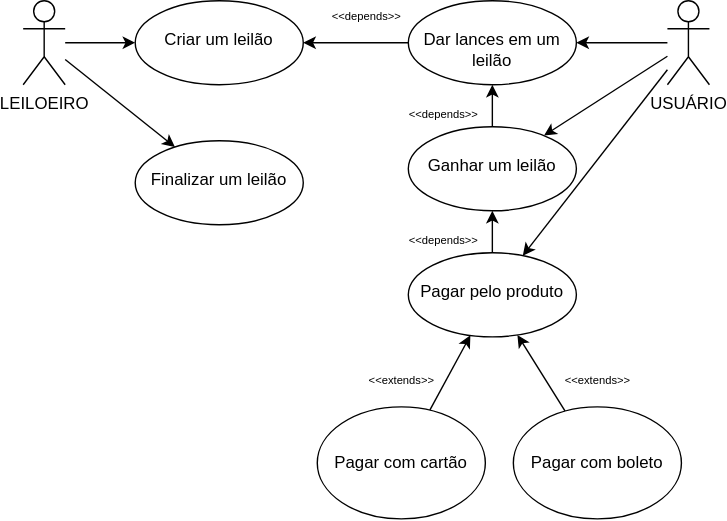
The draw.io diagram ex diag caso de uso 1.svg in ericthmoritsuka/umlExercises, before a commit. Source tidied: cells renumbered, new cells last; positions are measured from the earlier drawing's top-left corner, leaving out a move shared by most shapes.
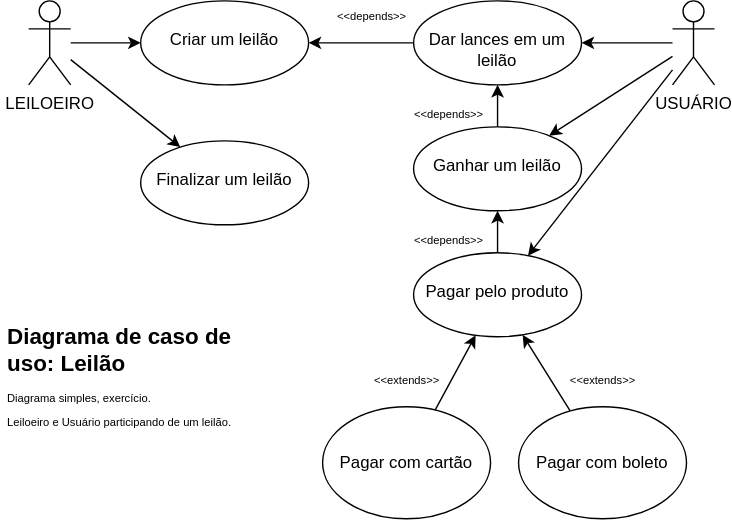
After the commit.

Diff of the diagram source:
```diff
@@ -74,5 +74,8 @@
     <mxCell id="25" value="&lt;font style=&quot;font-size: 8px&quot;&gt;&amp;lt;&amp;lt;depends&amp;gt;&amp;gt;&lt;/font&gt;" style="text;html=1;align=center;verticalAlign=middle;strokeColor=none;fillColor=none;" parent="1" vertex="1">
       <mxGeometry x="215" width="60" height="20" as="geometry" />
     </mxCell>
+    <mxCell id="26" value="&lt;h1&gt;Diagrama de caso de uso: Leilão&lt;/h1&gt;&lt;p&gt;Diagrama simples, exercício.&lt;/p&gt;&lt;p&gt;Leiloeiro e Usuário participando de um leilão.&lt;/p&gt;" style="text;html=1;strokeColor=none;fillColor=none;spacing=5;spacingTop=-20;whiteSpace=wrap;overflow=hidden;rounded=0;fontSize=8;" parent="1" vertex="1">
+      <mxGeometry x="-20" y="230" width="190" height="120" as="geometry" />
+    </mxCell>
   </root>
 </mxGraphModel>
```
